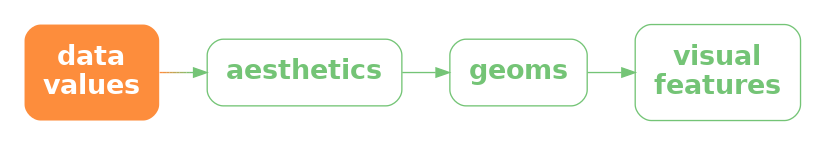
Before: Diagrams/data-aes-geom-vis.png, a diagram exported from Graphviz (pmur002/hdvw). Its source is kept beside it as Diagrams/data-aes-geom-vis.dot.
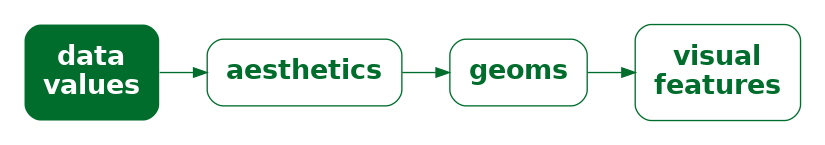
Later version of the same file.

The edit, as a diff of the source:
```diff
@@ -1,12 +1,12 @@
 digraph {
   graph [ rankdir=LR; margin=.2; nodesep=.5 ];
   node [ fontsize=20; fontname="sans bold"; margin=.2 ];
-  data [ label="data\nvalues"; shape=box; style="filled, rounded"; penwidth=0; fontcolor=white; fillcolor="#FD8D3C" ]
-  aes [ label="aesthetics"; shape=box; style=rounded; color="#74C476"; fontcolor="#74C476" ]
-  geom [ label="geoms"; shape=box; style=rounded; color="#74C476"; fontcolor="#74C476" ]
+  data [ label="data\nvalues"; shape=box; style="filled, rounded"; penwidth=0; fontcolor=white; fillcolor="#006D2C" ]
+  aes [ label="aesthetics"; shape=box; style=rounded; color="#006D2C"; fontcolor="#006D2C" ]
+  geom [ label="geoms"; shape=box; style=rounded; color="#006D2C"; fontcolor="#006D2C" ]
   vis [ label="visual\nfeatures"; shape=box;
-     style="rounded"; color="#74C476"; fontcolor="#74C476" ]
-  data -> aes [ style="bold"; penwidth=1; color="#FD8D3C;0.1:#EE9342;0.1:#DF9949;0.1:#CF9F4F;0.1:#C0A556;0.1:#B1AC5C;0.1:#A2B263;0.1:#92B869;0.1:#83BE70;0.1:#74C476;0.1" ]
-  aes -> geom [ style="solid", color="#74C476" ]
-  geom -> vis [ style="solid", color="#74C476" ]
+     style="rounded"; color="#006D2C"; fontcolor="#006D2C" ]
+  data -> aes [ style="bold"; penwidth=1; color="#006D2C" ]
+  aes -> geom [ style="solid", color="#006D2C" ]
+  geom -> vis [ style="solid", color="#006D2C" ]
 }
```
